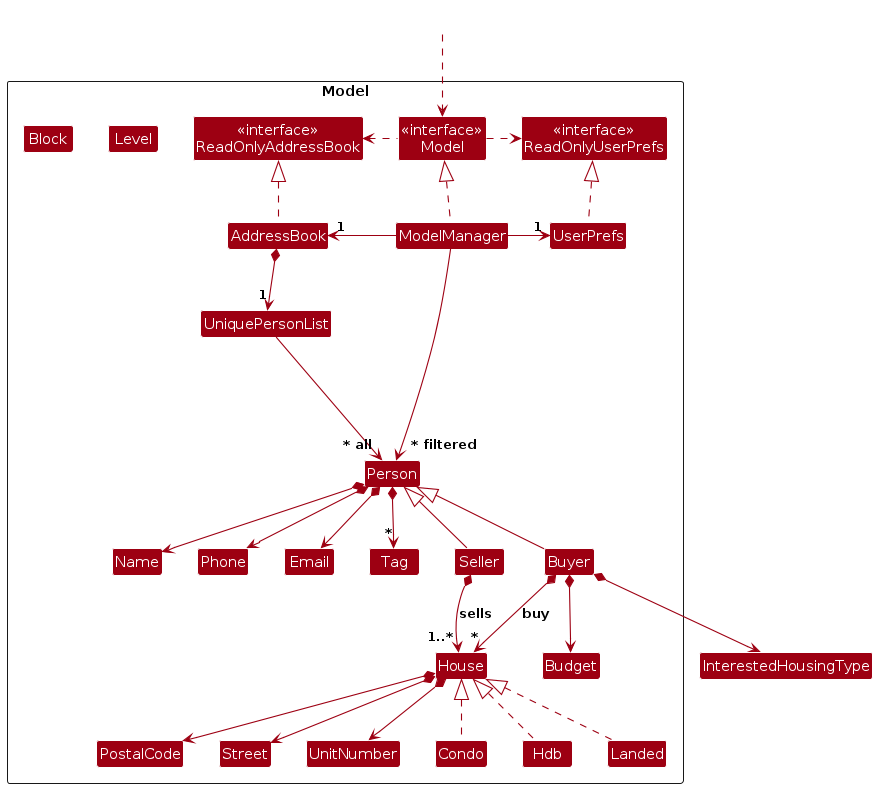
Earlier version of the PlantUML export diagrams/ModelClassDiagram.png (lokidoki102/tp). Its source is kept beside it as diagrams/ModelClassDiagram.puml.
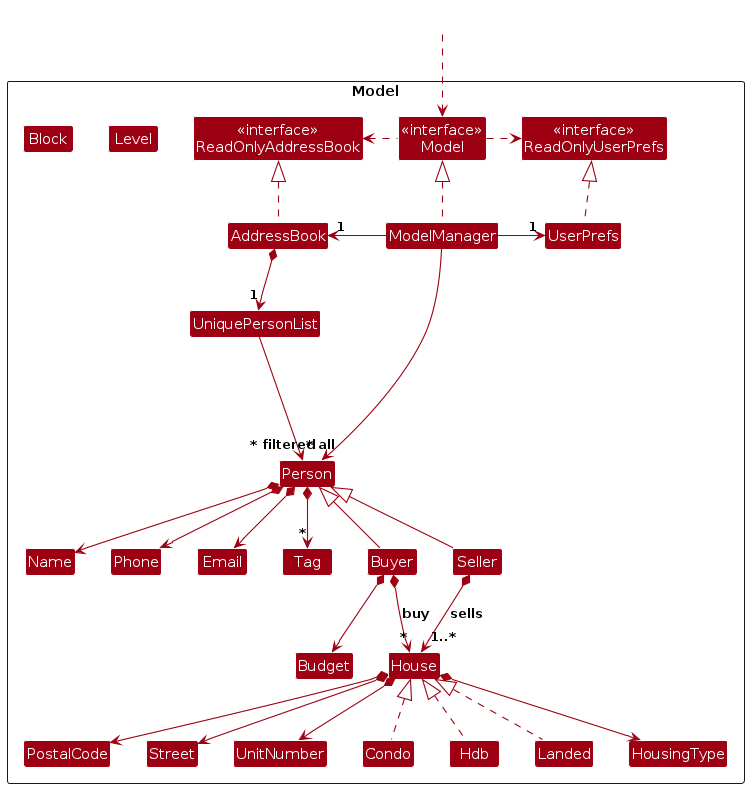
Above is the later version.

Diff of the diagram source:
```diff
@@ -30,6 +30,7 @@
 Class Hdb implements House
 Class Landed implements House
 Class Budget
+Class HousingType
 
 Class I #FFFFFF
 }
@@ -55,10 +56,10 @@
 House *--> PostalCode
 House *--> UnitNumber
 House *--> Street
+House *--> HousingType
 Seller *--> "1..*" House : sells
 Buyer *--> "*" House : buy
 Buyer *--> Budget
-Buyer *--> InterestedHousingType
 
 
 Person -[hidden]up--> I
```
